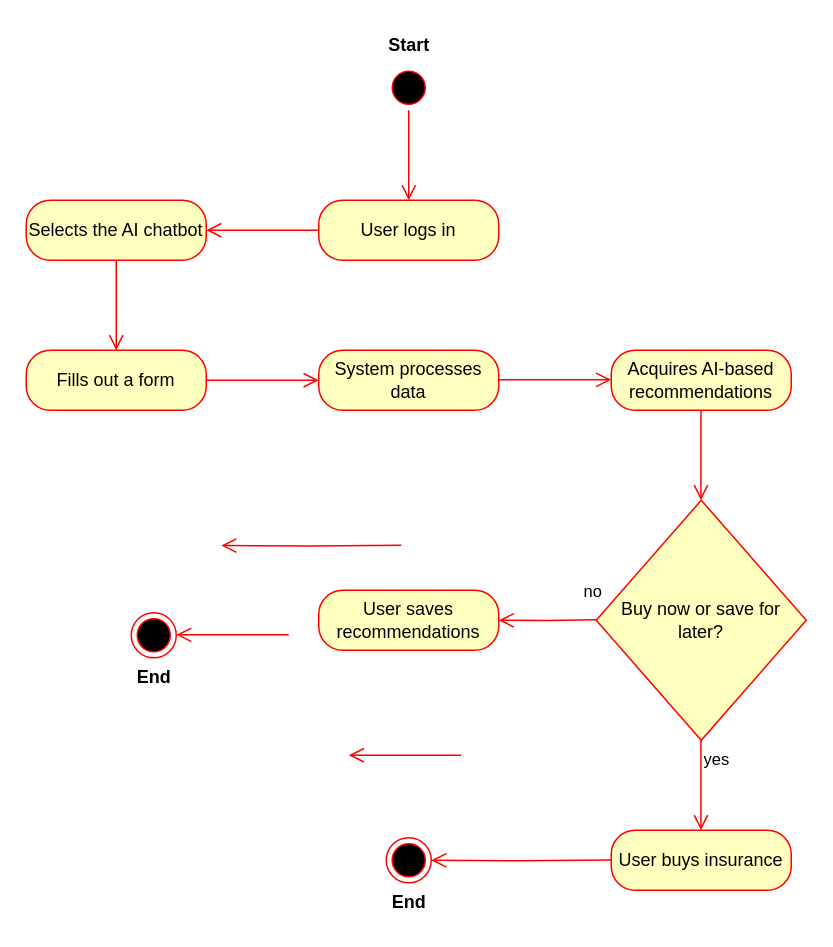
Above: Project - Agile Software Engineering Diagram 4.drawio in Matasem-h/SimpleFlowcharts (draw.io), before the change. Source tidied: cells renumbered, new cells numbered last; positions are measured from the earlier drawing's top-left corner, leaving out a move shared by most shapes. Both pictures are drawn from the tidied source at 150%, with x=0, y=0 at pixel (26, 26).
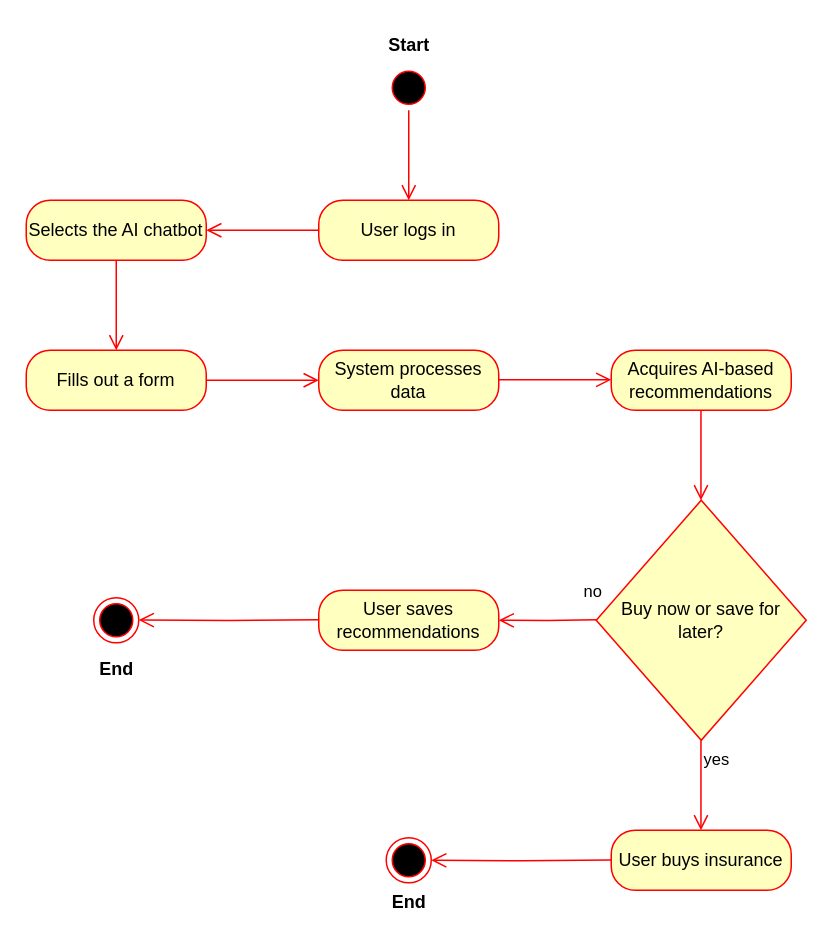
The same page after the edit.

The edit, as a diff of the source:
```diff
@@
     <mxCell id="15" style="ellipse;html=1;shape=endState;fillColor=#000000;strokeColor=#ff0000;" parent="1" vertex="1">
-      <mxGeometry x="70" y="391" width="30" height="30" as="geometry" />
+      <mxGeometry x="45" y="381" width="30" height="30" as="geometry" />
     </mxCell>
     <mxCell id="16" value="End" style="text;align=center;fontStyle=1;verticalAlign=middle;spacingLeft=3;spacingRight=3;strokeColor=none;html=1;" parent="1" vertex="1">
-      <mxGeometry x="45" y="421" width="80" height="26" as="geometry" />
+      <mxGeometry x="20" y="416" width="80" height="26" as="geometry" />
     </mxCell>
@@
-    <mxCell id="21" style="edgeStyle=orthogonalEdgeStyle;html=1;verticalAlign=bottom;endArrow=open;endSize=8;strokeColor=#ff0000;rounded=0;exitX=0;exitY=0.5;exitDx=0;exitDy=0;entryX=1;entryY=0.5;entryDx=0;entryDy=0;" parent="1" edge="1">
-      <mxGeometry relative="1" as="geometry">
-        <mxPoint x="175" y="405.7" as="sourcePoint" />
-        <mxPoint x="100" y="405.7" as="targetPoint" />
-      </mxGeometry>
-    </mxCell>
@@
-    <mxCell id="26" style="edgeStyle=orthogonalEdgeStyle;html=1;verticalAlign=bottom;endArrow=open;endSize=8;strokeColor=#ff0000;rounded=0;exitX=0;exitY=0.5;exitDx=0;exitDy=0;entryX=1;entryY=0.5;entryDx=0;entryDy=0;" parent="1" edge="1">
-      <mxGeometry relative="1" as="geometry">
-        <mxPoint x="290" y="486" as="sourcePoint" />
-        <mxPoint x="215" y="486" as="targetPoint" />
-      </mxGeometry>
-    </mxCell>
     <mxCell id="27" style="edgeStyle=orthogonalEdgeStyle;html=1;verticalAlign=bottom;endArrow=open;endSize=8;strokeColor=#ff0000;rounded=0;exitX=1;exitY=0.5;exitDx=0;exitDy=0;entryX=1;entryY=0.5;entryDx=0;entryDy=0;" parent="1" edge="1">
       <mxGeometry relative="1" as="geometry">
-        <mxPoint x="250" y="346" as="sourcePoint" />
-        <mxPoint x="130" y="346.2" as="targetPoint" />
+        <mxPoint x="195" y="395.6" as="sourcePoint" />
+        <mxPoint x="75" y="395.9" as="targetPoint" />
       </mxGeometry>
     </mxCell>
```
